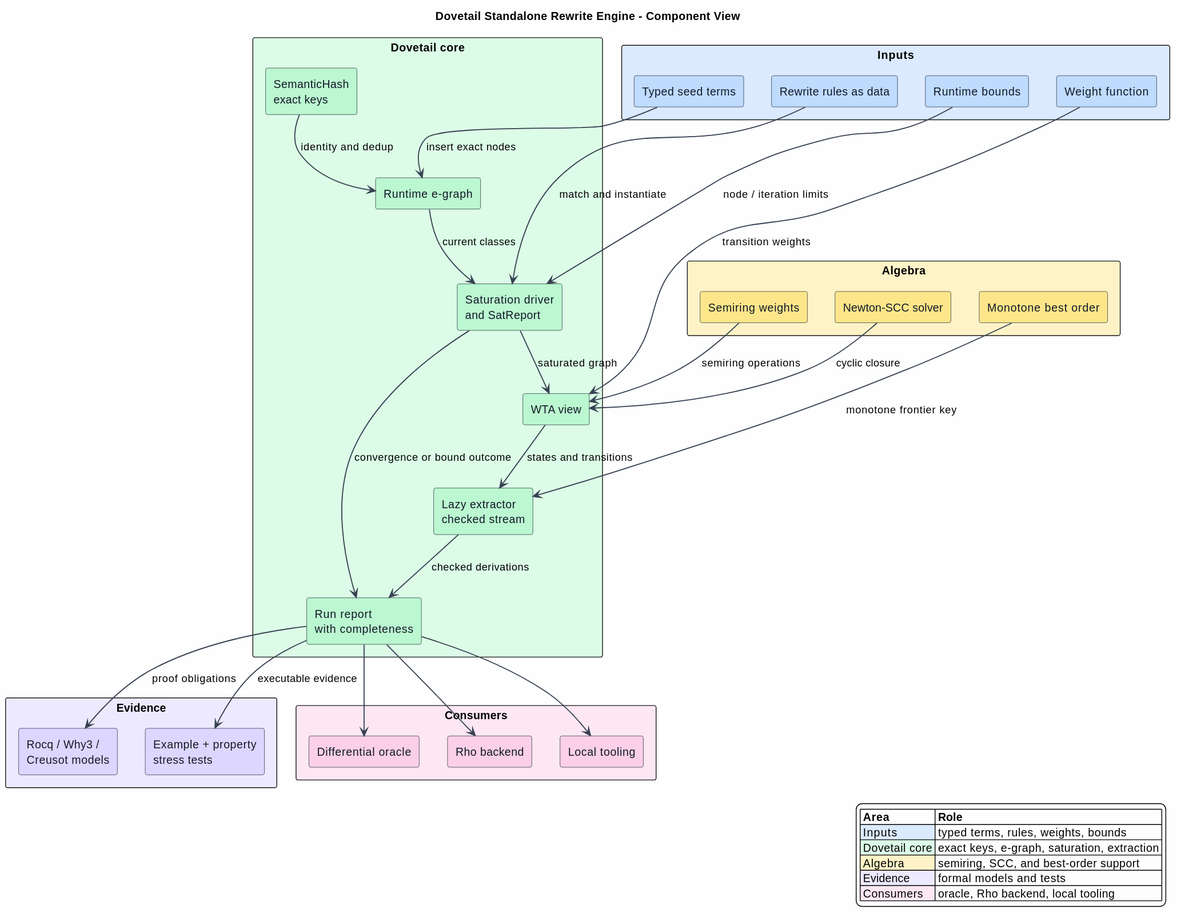
Earlier version of the PlantUML export docs/architecture/dovetail/figures/README.svg (F1R3FLY-io/mettail-rust).
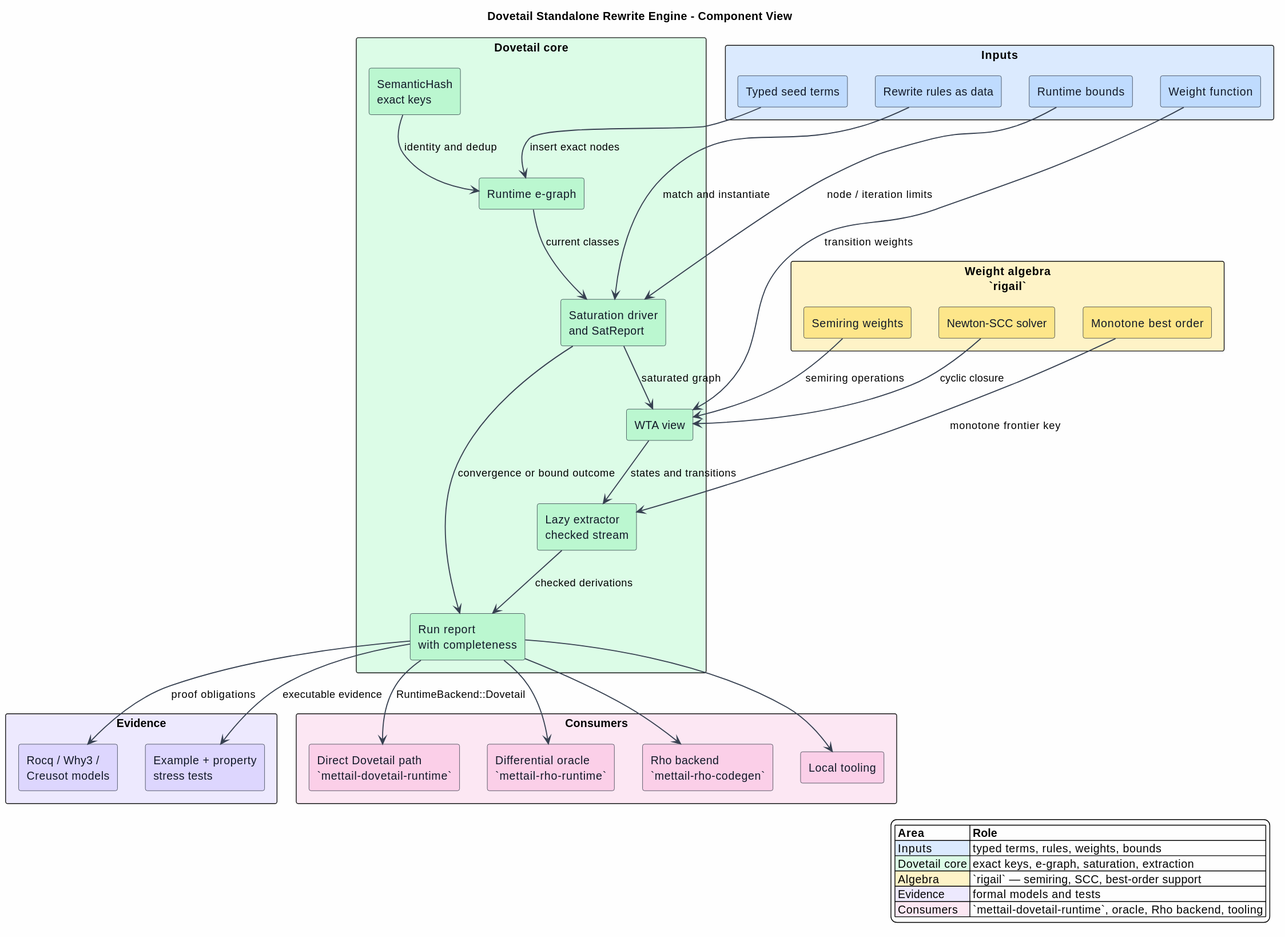
After the commit.

Change to the diagram source:
```diff
@@ -27,7 +27,7 @@
   component "Run report\nwith completeness" as Report #BBF7D0
 }
 
-rectangle "Algebra" as Algebra #FEF3C7 {
+rectangle "Weight algebra\n`rigail`" as Algebra #FEF3C7 {
   component "Semiring weights" as Weights #FDE68A
   component "Newton-SCC solver" as Newton #FDE68A
   component "Monotone best order" as Order #FDE68A
@@ -39,8 +39,9 @@
 }
 
 rectangle "Consumers" as Consumers #FCE7F3 {
-  component "Differential oracle" as Oracle #FBCFE8
-  component "Rho backend" as Rho #FBCFE8
+  component "Direct Dovetail path\n`mettail-dovetail-runtime`" as Direct #FBCFE8
+  component "Differential oracle\n`mettail-rho-runtime`" as Oracle #FBCFE8
+  component "Rho backend\n`mettail-rho-codegen`" as Rho #FBCFE8
   component "Local tooling" as Tooling #FBCFE8
 }
 
@@ -59,6 +60,7 @@
 Saturation --> Report : convergence or bound outcome
 Report --> Formal : proof obligations
 Report --> Tests : executable evidence
+Report --> Direct : RuntimeBackend::Dovetail
 Report --> Oracle
 Report --> Rho
 Report --> Tooling
@@ -67,8 +69,8 @@
 |= Area |= Role |
 |<#DBEAFE> Inputs | typed terms, rules, weights, bounds |
 |<#DCFCE7> Dovetail core | exact keys, e-graph, saturation, extraction |
-|<#FEF3C7> Algebra | semiring, SCC, and best-order support |
+|<#FEF3C7> Algebra | `rigail` — semiring, SCC, best-order support |
 |<#EDE9FE> Evidence | formal models and tests |
-|<#FCE7F3> Consumers | oracle, Rho backend, local tooling |
+|<#FCE7F3> Consumers | `mettail-dovetail-runtime`, oracle, Rho backend, tooling |
 endlegend
 @enduml
```
